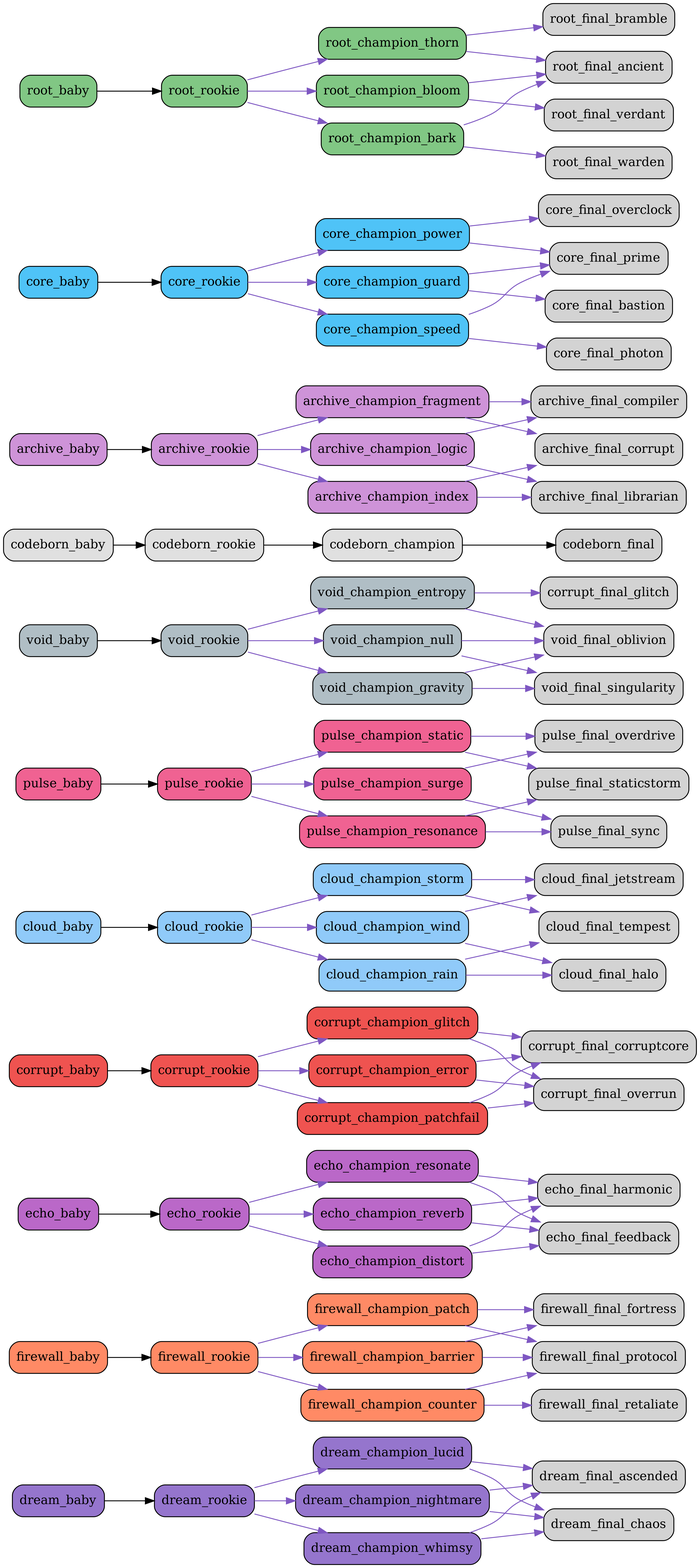
This is src/netgrid/systems/evolution/graphs/full/evolution_graph.png from bwlight/NetGrid, a Graphviz export, as it was before one commit. Its source is kept beside it as src/netgrid/systems/evolution/graphs/full/evolution_graph.dot.
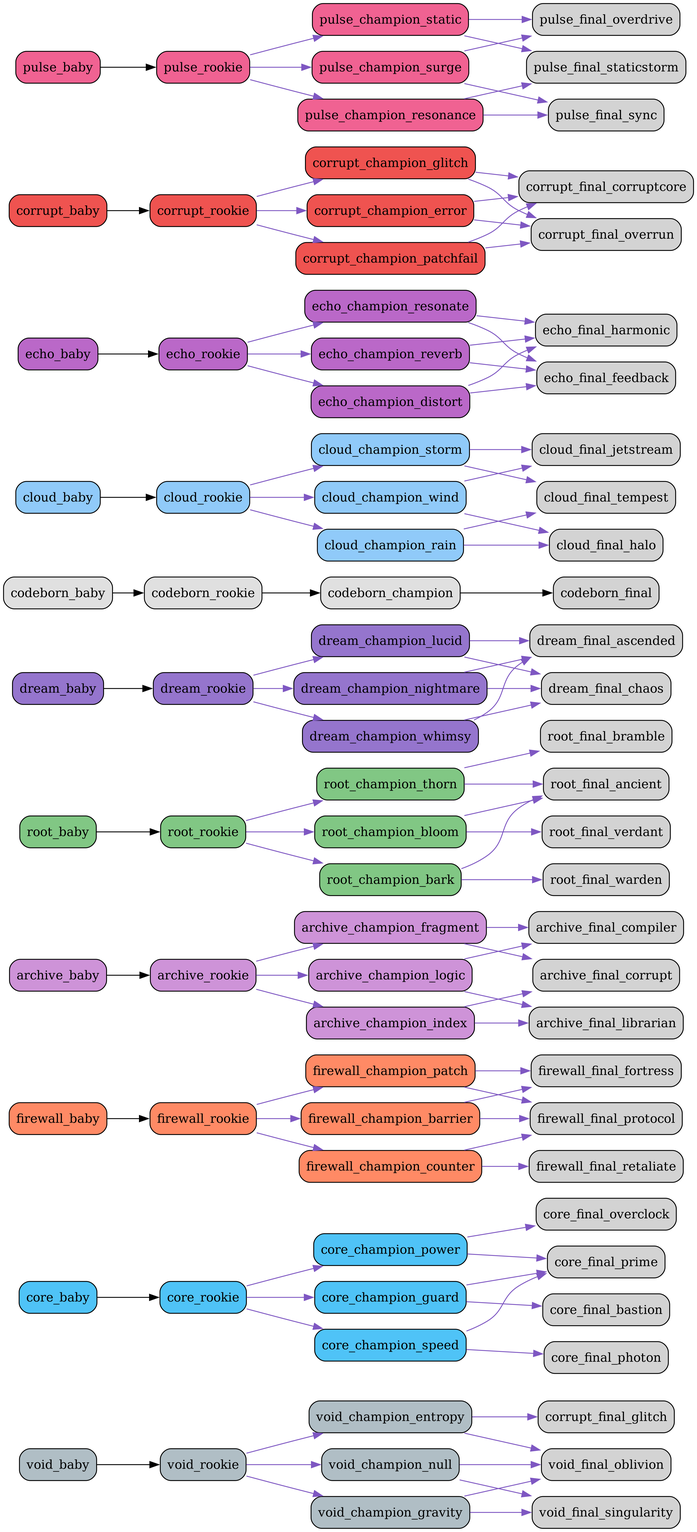
Later version of the same file.

What changed in the source:
```diff
@@ -1,6 +1,81 @@
 digraph EvolutionTree {
   rankdir=LR;
   node [shape=box, style="rounded,filled"];
+  "void_baby" [fillcolor="#b0bec5"];
+  "void_baby" -> "void_rookie";
+  "void_rookie" [fillcolor="#b0bec5"];
+  "void_rookie" -> "void_champion_entropy" [color="#7e57c2"];
+  "void_rookie" -> "void_champion_gravity" [color="#7e57c2"];
+  "void_rookie" -> "void_champion_null" [color="#7e57c2"];
+  "void_champion_entropy" [fillcolor="#b0bec5"];
+  "void_champion_entropy" -> "corrupt_final_glitch" [color="#7e57c2"];
+  "void_champion_entropy" -> "void_final_oblivion" [color="#7e57c2"];
+  "void_champion_gravity" [fillcolor="#b0bec5"];
+  "void_champion_gravity" -> "void_final_singularity" [color="#7e57c2"];
+  "void_champion_gravity" -> "void_final_oblivion" [color="#7e57c2"];
+  "void_champion_null" [fillcolor="#b0bec5"];
+  "void_champion_null" -> "void_final_oblivion" [color="#7e57c2"];
+  "void_champion_null" -> "void_final_singularity" [color="#7e57c2"];
+  "core_baby" [fillcolor="#4fc3f7"];
+  "core_baby" -> "core_rookie";
+  "core_rookie" [fillcolor="#4fc3f7"];
+  "core_rookie" -> "core_champion_power" [color="#7e57c2"];
+  "core_rookie" -> "core_champion_guard" [color="#7e57c2"];
+  "core_rookie" -> "core_champion_speed" [color="#7e57c2"];
+  "core_champion_power" [fillcolor="#4fc3f7"];
+  "core_champion_power" -> "core_final_overclock" [color="#7e57c2"];
+  "core_champion_power" -> "core_final_prime" [color="#7e57c2"];
+  "core_champion_guard" [fillcolor="#4fc3f7"];
+  "core_champion_guard" -> "core_final_bastion" [color="#7e57c2"];
+  "core_champion_guard" -> "core_final_prime" [color="#7e57c2"];
+  "core_champion_speed" [fillcolor="#4fc3f7"];
+  "core_champion_speed" -> "core_final_photon" [color="#7e57c2"];
+  "core_champion_speed" -> "core_final_prime" [color="#7e57c2"];
+  "firewall_baby" [fillcolor="#ff8a65"];
+  "firewall_baby" -> "firewall_rookie";
+  "firewall_rookie" [fillcolor="#ff8a65"];
+  "firewall_rookie" -> "firewall_champion_barrier" [color="#7e57c2"];
+  "firewall_rookie" -> "firewall_champion_counter" [color="#7e57c2"];
+  "firewall_rookie" -> "firewall_champion_patch" [color="#7e57c2"];
+  "firewall_champion_barrier" [fillcolor="#ff8a65"];
+  "firewall_champion_barrier" -> "firewall_final_fortress" [color="#7e57c2"];
+  "firewall_champion_barrier" -> "firewall_final_protocol" [color="#7e57c2"];
+  "firewall_champion_counter" [fillcolor="#ff8a65"];
+  "firewall_champion_counter" -> "firewall_final_retaliate" [color="#7e57c2"];
+  "firewall_champion_counter" -> "firewall_final_protocol" [color="#7e57c2"];
+  "firewall_champion_patch" [fillcolor="#ff8a65"];
+  "firewall_champion_patch" -> "firewall_final_protocol" [color="#7e57c2"];
+  "firewall_champion_patch" -> "firewall_final_fortress" [color="#7e57c2"];
+  "archive_baby" [fillcolor="#ce93d8"];
+  "archive_baby" -> "archive_rookie";
+  "archive_rookie" [fillcolor="#ce93d8"];
+  "archive_rookie" -> "archive_champion_logic" [color="#7e57c2"];
+  "archive_rookie" -> "archive_champion_index" [color="#7e57c2"];
+  "archive_rookie" -> "archive_champion_fragment" [color="#7e57c2"];
+  "archive_champion_logic" [fillcolor="#ce93d8"];
+  "archive_champion_logic" -> "archive_final_compiler" [color="#7e57c2"];
+  "archive_champion_logic" -> "archive_final_librarian" [color="#7e57c2"];
+  "archive_champion_index" [fillcolor="#ce93d8"];
+  "archive_champion_index" -> "archive_final_librarian" [color="#7e57c2"];
+  "archive_champion_index" -> "archive_final_corrupt" [color="#7e57c2"];
+  "archive_champion_fragment" [fillcolor="#ce93d8"];
+  "archive_champion_fragment" -> "archive_final_corrupt" [color="#7e57c2"];
+  "archive_champion_fragment" -> "archive_final_compiler" [color="#7e57c2"];
+  "root_baby" [fillcolor="#81c784"];
+  "root_baby" -> "root_rookie";
+  "root_rookie" [fillcolor="#81c784"];
+  "root_rookie" -> "root_champion_thorn" [color="#7e57c2"];
+  "root_rookie" -> "root_champion_bloom" [color="#7e57c2"];
+  "root_rookie" -> "root_champion_bark" [color="#7e57c2"];
+  "root_champion_thorn" [fillcolor="#81c784"];
+  "root_champion_thorn" -> "root_final_bramble" [color="#7e57c2"];
+  "root_champion_thorn" -> "root_final_ancient" [color="#7e57c2"];
+  "root_champion_bloom" [fillcolor="#81c784"];
+  "root_champion_bloom" -> "root_final_ancient" [color="#7e57c2"];
+  "root_champion_bloom" -> "root_final_verdant" [color="#7e57c2"];
+  "root_champion_bark" [fillcolor="#81c784"];
+  "root_champion_bark" -> "root_final_warden" [color="#7e57c2"];
+  "root_champion_bark" -> "root_final_ancient" [color="#7e57c2"];
   "dream_baby" [fillcolor="#9575cd"];
   "dream_baby" -> "dream_rookie";
   "dream_rookie" [fillcolor="#9575cd"];
@@ -16,21 +91,27 @@
   "dream_champion_whimsy" [fillcolor="#9575cd"];
   "dream_champion_whimsy" -> "dream_final_ascended" [color="#7e57c2"];
   "dream_champion_whimsy" -> "dream_final_chaos" [color="#7e57c2"];
-  "firewall_baby" [fillcolor="#ff8a65"];
-  "firewall_baby" -> "firewall_rookie";
-  "firewall_rookie" [fillcolor="#ff8a65"];
-  "firewall_rookie" -> "firewall_champion_barrier" [color="#7e57c2"];
-  "firewall_rookie" -> "firewall_champion_counter" [color="#7e57c2"];
-  "firewall_rookie" -> "firewall_champion_patch" [color="#7e57c2"];
-  "firewall_champion_barrier" [fillcolor="#ff8a65"];
-  "firewall_champion_barrier" -> "firewall_final_fortress" [color="#7e57c2"];
-  "firewall_champion_barrier" -> "firewall_final_protocol" [color="#7e57c2"];
-  "firewall_champion_counter" [fillcolor="#ff8a65"];
-  "firewall_champion_counter" -> "firewall_final_retaliate" [color="#7e57c2"];
-  "firewall_champion_counter" -> "firewall_final_protocol" [color="#7e57c2"];
-  "firewall_champion_patch" [fillcolor="#ff8a65"];
-  "firewall_champion_patch" -> "firewall_final_protocol" [color="#7e57c2"];
-  "firewall_champion_patch" -> "firewall_final_fortress" [color="#7e57c2"];
+  "codeborn_baby" [fillcolor="#e0e0e0"];
+  "codeborn_baby" -> "codeborn_rookie";
+  "codeborn_rookie" [fillcolor="#e0e0e0"];
+  "codeborn_rookie" -> "codeborn_champion";
+  "codeborn_champion" [fillcolor="#e0e0e0"];
+  "codeborn_champion" -> "codeborn_final";
+  "cloud_baby" [fillcolor="#90caf9"];
+  "cloud_baby" -> "cloud_rookie";
+  "cloud_rookie" [fillcolor="#90caf9"];
+  "cloud_rookie" -> "cloud_champion_wind" [color="#7e57c2"];
+  "cloud_rookie" -> "cloud_champion_rain" [color="#7e57c2"];
+  "cloud_rookie" -> "cloud_champion_storm" [color="#7e57c2"];
+  "cloud_champion_wind" [fillcolor="#90caf9"];
+  "cloud_champion_wind" -> "cloud_final_jetstream" [color="#7e57c2"];
+  "cloud_champion_wind" -> "cloud_final_halo" [color="#7e57c2"];
+  "cloud_champion_rain" [fillcolor="#90caf9"];
+  "cloud_champion_rain" -> "cloud_final_halo" [color="#7e57c2"];
+  "cloud_champion_rain" -> "cloud_final_tempest" [color="#7e57c2"];
+  "cloud_champion_storm" [fillcolor="#90caf9"];
+  "cloud_champion_storm" -> "cloud_final_tempest" [color="#7e57c2"];
+  "cloud_champion_storm" -> "cloud_final_jetstream" [color="#7e57c2"];
   "echo_baby" [fillcolor="#ba68c8"];
   "echo_baby" -> "echo_rookie";
   "echo_rookie" [fillcolor="#ba68c8"];
@@ -61,21 +142,6 @@
   "corrupt_champion_patchfail" [fillcolor="#ef5350"];
   "corrupt_champion_patchfail" -> "corrupt_final_corruptcore" [color="#7e57c2"];
   "corrupt_champion_patchfail" -> "corrupt_final_overrun" [color="#7e57c2"];
-  "cloud_baby" [fillcolor="#90caf9"];
-  "cloud_baby" -> "cloud_rookie";
-  "cloud_rookie" [fillcolor="#90caf9"];
-  "cloud_rookie" -> "cloud_champion_wind" [color="#7e57c2"];
-  "cloud_rookie" -> "cloud_champion_rain" [color="#7e57c2"];
-  "cloud_rookie" -> "cloud_champion_storm" [color="#7e57c2"];
-  "cloud_champion_wind" [fillcolor="#90caf9"];
-  "cloud_champion_wind" -> "cloud_final_jetstream" [color="#7e57c2"];
-  "cloud_champion_wind" -> "cloud_final_halo" [color="#7e57c2"];
-  "cloud_champion_rain" [fillcolor="#90caf9"];
-  "cloud_champion_rain" -> "cloud_final_halo" [color="#7e57c2"];
-  "cloud_champion_rain" -> "cloud_final_tempest" [color="#7e57c2"];
-  "cloud_champion_storm" [fillcolor="#90caf9"];
-  "cloud_champion_storm" -> "cloud_final_tempest" [color="#7e57c2"];
-  "cloud_champion_storm" -> "cloud_final_jetstream" [color="#7e57c2"];
   "pulse_baby" [fillcolor="#f06292"];
   "pulse_baby" -> "pulse_rookie";
   "pulse_rookie" [fillcolor="#f06292"];
@@ -91,70 +157,4 @@
   "pulse_champion_static" [fillcolor="#f06292"];
   "pulse_champion_static" -> "pulse_final_staticstorm" [color="#7e57c2"];
   "pulse_champion_static" -> "pulse_final_overdrive" [color="#7e57c2"];
-  "void_baby" [fillcolor="#b0bec5"];
-  "void_baby" -> "void_rookie";
-  "void_rookie" [fillcolor="#b0bec5"];
-  "void_rookie" -> "void_champion_entropy" [color="#7e57c2"];
-  "void_rookie" -> "void_champion_gravity" [color="#7e57c2"];
-  "void_rookie" -> "void_champion_null" [color="#7e57c2"];
-  "void_champion_entropy" [fillcolor="#b0bec5"];
-  "void_champion_entropy" -> "corrupt_final_glitch" [color="#7e57c2"];
-  "void_champion_entropy" -> "void_final_oblivion" [color="#7e57c2"];
-  "void_champion_gravity" [fillcolor="#b0bec5"];
-  "void_champion_gravity" -> "void_final_singularity" [color="#7e57c2"];
-  "void_champion_gravity" -> "void_final_oblivion" [color="#7e57c2"];
-  "void_champion_null" [fillcolor="#b0bec5"];
-  "void_champion_null" -> "void_final_oblivion" [color="#7e57c2"];
-  "void_champion_null" -> "void_final_singularity" [color="#7e57c2"];
-  "codeborn_baby" [fillcolor="#e0e0e0"];
-  "codeborn_baby" -> "codeborn_rookie";
-  "codeborn_rookie" [fillcolor="#e0e0e0"];
-  "codeborn_rookie" -> "codeborn_champion";
-  "codeborn_champion" [fillcolor="#e0e0e0"];
-  "codeborn_champion" -> "codeborn_final";
-  "archive_baby" [fillcolor="#ce93d8"];
-  "archive_baby" -> "archive_rookie";
-  "archive_rookie" [fillcolor="#ce93d8"];
-  "archive_rookie" -> "archive_champion_logic" [color="#7e57c2"];
-  "archive_rookie" -> "archive_champion_index" [color="#7e57c2"];
-  "archive_rookie" -> "archive_champion_fragment" [color="#7e57c2"];
-  "archive_champion_logic" [fillcolor="#ce93d8"];
-  "archive_champion_logic" -> "archive_final_compiler" [color="#7e57c2"];
-  "archive_champion_logic" -> "archive_final_librarian" [color="#7e57c2"];
-  "archive_champion_index" [fillcolor="#ce93d8"];
-  "archive_champion_index" -> "archive_final_librarian" [color="#7e57c2"];
-  "archive_champion_index" -> "archive_final_corrupt" [color="#7e57c2"];
-  "archive_champion_fragment" [fillcolor="#ce93d8"];
-  "archive_champion_fragment" -> "archive_final_corrupt" [color="#7e57c2"];
-  "archive_champion_fragment" -> "archive_final_compiler" [color="#7e57c2"];
-  "core_baby" [fillcolor="#4fc3f7"];
-  "core_baby" -> "core_rookie";
-  "core_rookie" [fillcolor="#4fc3f7"];
-  "core_rookie" -> "core_champion_power" [color="#7e57c2"];
-  "core_rookie" -> "core_champion_guard" [color="#7e57c2"];
-  "core_rookie" -> "core_champion_speed" [color="#7e57c2"];
-  "core_champion_power" [fillcolor="#4fc3f7"];
-  "core_champion_power" -> "core_final_overclock" [color="#7e57c2"];
-  "core_champion_power" -> "core_final_prime" [color="#7e57c2"];
-  "core_champion_guard" [fillcolor="#4fc3f7"];
-  "core_champion_guard" -> "core_final_bastion" [color="#7e57c2"];
-  "core_champion_guard" -> "core_final_prime" [color="#7e57c2"];
-  "core_champion_speed" [fillcolor="#4fc3f7"];
-  "core_champion_speed" -> "core_final_photon" [color="#7e57c2"];
-  "core_champion_speed" -> "core_final_prime" [color="#7e57c2"];
-  "root_baby" [fillcolor="#81c784"];
-  "root_baby" -> "root_rookie";
-  "root_rookie" [fillcolor="#81c784"];
-  "root_rookie" -> "root_champion_thorn" [color="#7e57c2"];
-  "root_rookie" -> "root_champion_bloom" [color="#7e57c2"];
-  "root_rookie" -> "root_champion_bark" [color="#7e57c2"];
-  "root_champion_thorn" [fillcolor="#81c784"];
-  "root_champion_thorn" -> "root_final_bramble" [color="#7e57c2"];
-  "root_champion_thorn" -> "root_final_ancient" [color="#7e57c2"];
-  "root_champion_bloom" [fillcolor="#81c784"];
-  "root_champion_bloom" -> "root_final_ancient" [color="#7e57c2"];
-  "root_champion_bloom" -> "root_final_verdant" [color="#7e57c2"];
-  "root_champion_bark" [fillcolor="#81c784"];
-  "root_champion_bark" -> "root_final_warden" [color="#7e57c2"];
-  "root_champion_bark" -> "root_final_ancient" [color="#7e57c2"];
 }
```
